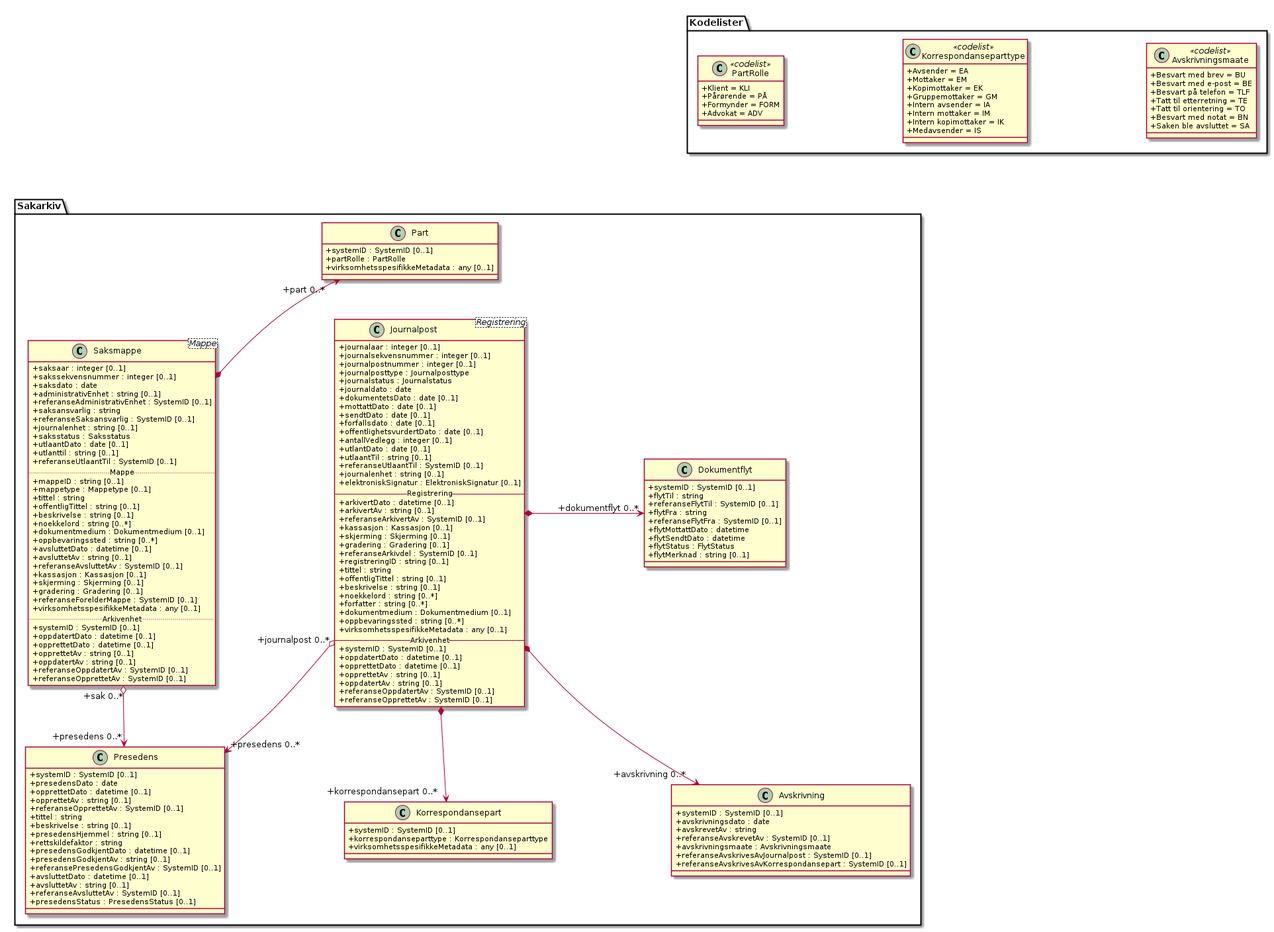
Before: kapitler/media/uml-klasse-saksbehandling.png, a diagram exported from PlantUML (arkivverket/noark5-tjenestegrensesnitt-standard).
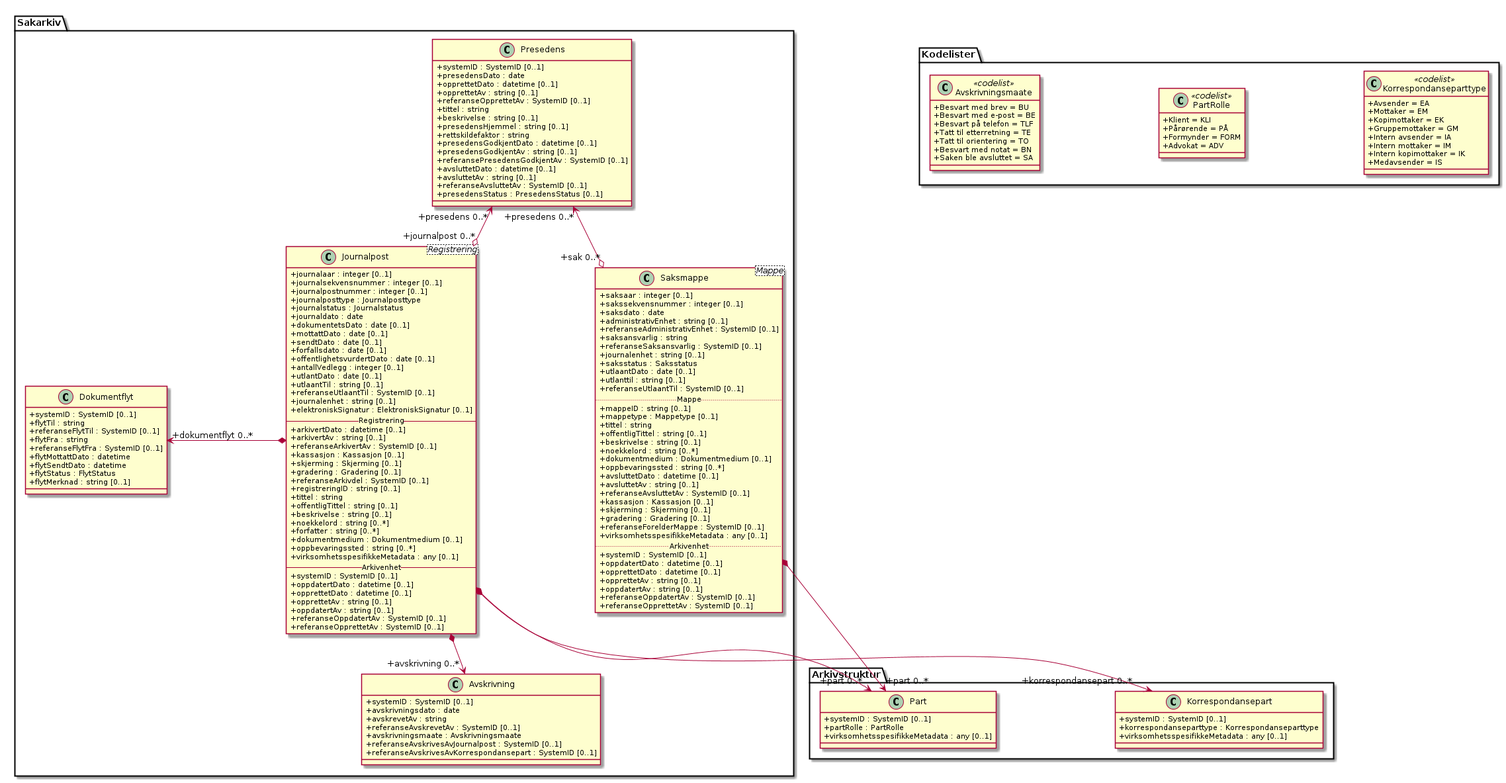
The same diagram one commit later.

The edit, as a diff of the source:
```diff
@@ -61,7 +61,7 @@
   +referanseAvsluttetAv : SystemID [0..1]
   +presedensStatus : PresedensStatus [0..1]
 }
-class Sakarkiv.Part {
+class Arkivstruktur.Part {
   +systemID : SystemID [0..1]
   +partRolle : PartRolle
   +virksomhetsspesifikkeMetadata : any [0..1]
@@ -118,7 +118,7 @@
   +referanseOppdatertAv : SystemID [0..1]
   +referanseOpprettetAv : SystemID [0..1]
 }
-class Sakarkiv.Korrespondansepart {
+class Arkivstruktur.Korrespondansepart {
   +systemID : SystemID [0..1]
   +korrespondanseparttype : Korrespondanseparttype
   +virksomhetsspesifikkeMetadata : any [0..1]
@@ -163,13 +163,14 @@
   +flytMerknad : string [0..1]
 }
 
-Sakarkiv.Part "+part 0..*" <--* Sakarkiv.Saksmappe
-Kodelister.PartRolle <-[hidden]--  Sakarkiv.Part
-Sakarkiv.Saksmappe "+sak 0..*" o--> "+presedens 0..*" Sakarkiv.Presedens
-Sakarkiv.Journalpost "+journalpost 0..*" o--> "+presedens 0..*" Sakarkiv.Presedens
-Sakarkiv.Journalpost *--> "+korrespondansepart 0..*" Sakarkiv.Korrespondansepart
-Kodelister.Korrespondanseparttype <-[hidden]-- Sakarkiv.Korrespondansepart
+Arkivstruktur.Part "+part 0..*" <--* Sakarkiv.Saksmappe
+Kodelister.PartRolle <-[hidden]--  Arkivstruktur.Part
+Sakarkiv.Presedens "+presedens 0..*" <--o "+sak 0..*" Sakarkiv.Saksmappe
+Sakarkiv.Presedens "+presedens 0..*" <--o "+journalpost 0..*" Sakarkiv.Journalpost
+Sakarkiv.Journalpost *--> "+part 0..*" Arkivstruktur.Part
+Sakarkiv.Journalpost *--> "+korrespondansepart 0..*" Arkivstruktur.Korrespondansepart
+Kodelister.Korrespondanseparttype <-[hidden]-- Arkivstruktur.Korrespondansepart
 Sakarkiv.Journalpost *--> "+avskrivning 0..*" Sakarkiv.Avskrivning
 Kodelister.Avskrivningsmaate  <-[hidden]- Sakarkiv.Avskrivning
-Sakarkiv.Journalpost *-> "+dokumentflyt 0..*" Sakarkiv.Dokumentflyt
+Sakarkiv.Dokumentflyt "+dokumentflyt 0..*" <-* Sakarkiv.Journalpost
 @enduml
```
